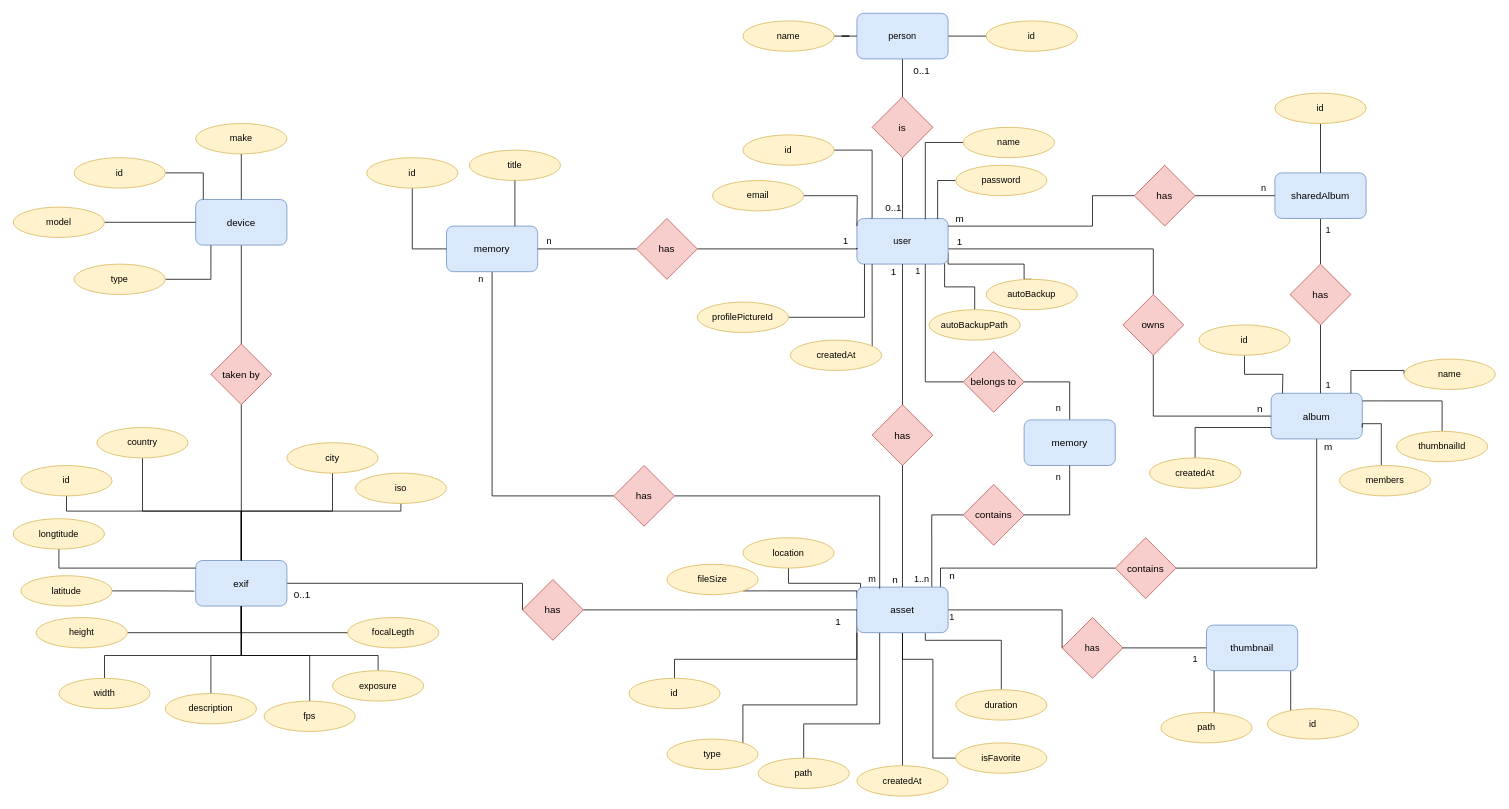
toniker/db keeps this draw.io diagram as db.drawio. Above is the earlier version. Source tidied: cells renumbered, new cells numbered last; positions are measured from the earlier drawing's top-left corner, leaving out a move shared by most shapes. Both pictures are drawn from the tidied source at 76%, with x=0, y=0 at pixel (13, 13).
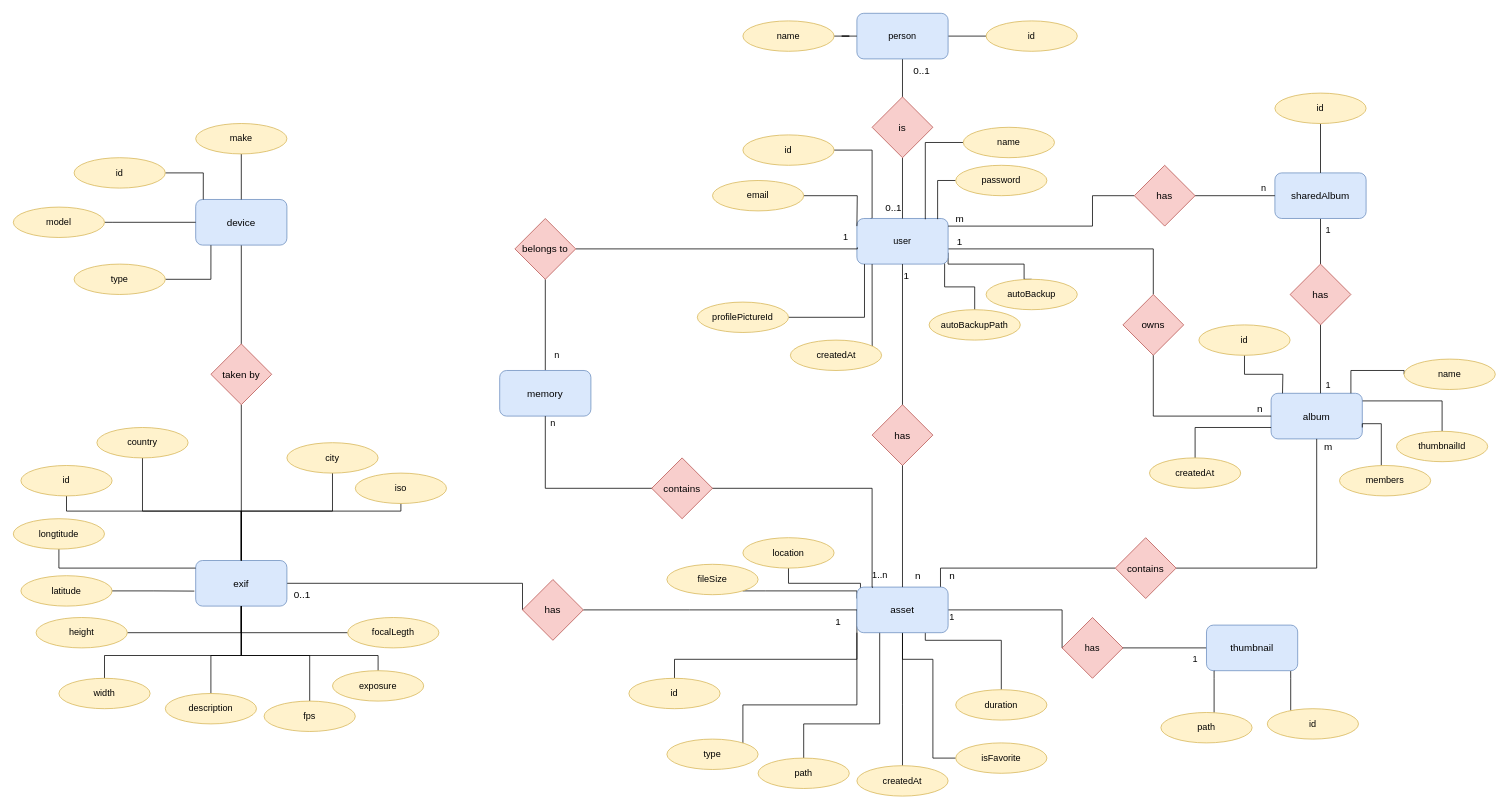
The same page after the edit.

The change refers to these unchanged cells:
```xml
<mxCell id="6" value="user" style="rounded=1;whiteSpace=wrap;html=1;fillColor=#dae8fc;strokeColor=#6c8ebf;" parent="1" vertex="1">
  <mxGeometry x="1110" y="270" width="120" height="60" as="geometry" />
</mxCell>
<mxCell id="53" value="asset" style="rounded=1;whiteSpace=wrap;html=1;fontSize=13;fillColor=#dae8fc;strokeColor=#6c8ebf;" parent="1" vertex="1">
  <mxGeometry x="1110" y="755" width="120" height="60" as="geometry" />
</mxCell>
```

The edit, as a diff of the source:
```diff
@@
     <mxCell id="57" value="1" style="text;html=1;align=center;verticalAlign=middle;strokeColor=none;fillColor=none;fontSize=13;" parent="1" vertex="1">
-      <mxGeometry x="1142.5" y="325" width="30" height="30" as="geometry" />
+      <mxGeometry x="1160" y="330" width="30" height="30" as="geometry" />
     </mxCell>
@@
     <mxCell id="77" value="n" style="text;html=1;align=center;verticalAlign=middle;strokeColor=none;fillColor=none;fontSize=13;" parent="1" vertex="1">
-      <mxGeometry x="1145" y="730" width="30" height="30" as="geometry" />
+      <mxGeometry x="1175" y="725" width="30" height="30" as="geometry" />
     </mxCell>
@@
-    <mxCell id="123" style="edgeStyle=orthogonalEdgeStyle;rounded=0;jettySize=auto;html=1;entryX=1;entryY=0.5;entryDx=0;entryDy=0;strokeWidth=1;startArrow=none;startFill=0;endArrow=none;endFill=0;" parent="1" edge="1" source="124" target="129">
+    <mxCell id="123" style="edgeStyle=orthogonalEdgeStyle;rounded=0;jettySize=auto;html=1;entryX=0.5;entryY=1;entryDx=0;entryDy=0;strokeWidth=1;startArrow=none;startFill=0;endArrow=none;endFill=0;" parent="1" edge="1" source="124" target="129">
       <mxGeometry relative="1" as="geometry" />
     </mxCell>
     <mxCell id="124" value="memory" style="rounded=1;whiteSpace=wrap;html=1;fontSize=13;fillColor=#dae8fc;strokeColor=#6c8ebf;" parent="1" vertex="1">
-      <mxGeometry x="1330" y="535" width="120" height="60" as="geometry" />
+      <mxGeometry x="640" y="470" width="120" height="60" as="geometry" />
     </mxCell>
-    <mxCell id="125" style="edgeStyle=orthogonalEdgeStyle;rounded=0;jettySize=auto;html=1;entryX=0.821;entryY=-0.007;entryDx=0;entryDy=0;strokeWidth=1;startArrow=none;startFill=0;endArrow=none;endFill=0;entryPerimeter=0;" parent="1" edge="1" source="127" target="53">
-      <mxGeometry relative="1" as="geometry" />
+    <mxCell id="125" style="edgeStyle=orthogonalEdgeStyle;rounded=0;jettySize=auto;html=1;entryX=0.177;entryY=0.003;entryDx=0;entryDy=0;strokeWidth=1;startArrow=none;startFill=0;endArrow=none;endFill=0;entryPerimeter=0;" parent="1" edge="1" source="127" target="53">
+      <mxGeometry relative="1" as="geometry">
+        <Array as="points">
+          <mxPoint x="1130" y="625" />
+          <mxPoint x="1130" y="755" />
+        </Array>
+      </mxGeometry>
     </mxCell>
     <mxCell id="126" style="edgeStyle=orthogonalEdgeStyle;rounded=0;jettySize=auto;html=1;entryX=0.5;entryY=1;entryDx=0;entryDy=0;strokeWidth=1;startArrow=none;startFill=0;endArrow=none;endFill=0;exitX=1;exitY=0.5;exitDx=0;exitDy=0;" parent="1" edge="1" source="127" target="124">
-      <mxGeometry relative="1" as="geometry" />
+      <mxGeometry relative="1" as="geometry">
+        <Array as="points">
+          <mxPoint x="700" y="625" />
+        </Array>
+      </mxGeometry>
     </mxCell>
     <mxCell id="127" value="contains" style="rhombus;whiteSpace=wrap;html=1;fontSize=13;fillColor=#f8cecc;strokeColor=#b85450;" parent="1" vertex="1">
-      <mxGeometry x="1250" y="620" width="80" height="80" as="geometry" />
+      <mxGeometry x="840" y="585" width="80" height="80" as="geometry" />
     </mxCell>
-    <mxCell id="128" style="edgeStyle=orthogonalEdgeStyle;rounded=0;jettySize=auto;html=1;entryX=0.75;entryY=1;entryDx=0;entryDy=0;strokeWidth=1;startArrow=none;startFill=0;endArrow=none;endFill=0;" parent="1" edge="1" source="129" target="6">
-      <mxGeometry relative="1" as="geometry" />
+    <mxCell id="128" style="edgeStyle=orthogonalEdgeStyle;rounded=0;jettySize=auto;html=1;entryX=0.005;entryY=0.634;entryDx=0;entryDy=0;strokeWidth=1;startArrow=none;startFill=0;endArrow=none;endFill=0;entryPerimeter=0;" parent="1" edge="1" source="129" target="6">
+      <mxGeometry relative="1" as="geometry">
+        <Array as="points">
+          <mxPoint x="1111" y="310" />
+        </Array>
+      </mxGeometry>
     </mxCell>
     <mxCell id="129" value="belongs to" style="rhombus;whiteSpace=wrap;html=1;fontSize=13;fillColor=#f8cecc;strokeColor=#b85450;" parent="1" vertex="1">
-      <mxGeometry x="1250" y="445" width="80" height="80" as="geometry" />
+      <mxGeometry x="660" y="270" width="80" height="80" as="geometry" />
     </mxCell>
     <mxCell id="130" value="1" style="text;html=1;align=center;verticalAlign=middle;strokeColor=none;fillColor=none;" parent="1" vertex="1">
-      <mxGeometry x="1175" y="325" width="30" height="30" as="geometry" />
+      <mxGeometry x="1080" y="280" width="30" height="30" as="geometry" />
     </mxCell>
     <mxCell id="131" value="n" style="text;html=1;align=center;verticalAlign=middle;strokeColor=none;fillColor=none;" parent="1" vertex="1">
-      <mxGeometry x="1360" y="505" width="30" height="30" as="geometry" />
+      <mxGeometry x="700" y="435" width="30" height="30" as="geometry" />
     </mxCell>
     <mxCell id="132" value="n" style="text;html=1;align=center;verticalAlign=middle;strokeColor=none;fillColor=none;" parent="1" vertex="1">
-      <mxGeometry x="1360" y="595" width="30" height="30" as="geometry" />
+      <mxGeometry x="695" y="525" width="30" height="30" as="geometry" />
     </mxCell>
     <mxCell id="133" value="1..n" style="text;html=1;align=center;verticalAlign=middle;strokeColor=none;fillColor=none;" parent="1" vertex="1">
-      <mxGeometry x="1175" y="730" width="40" height="30" as="geometry" />
+      <mxGeometry x="1120" y="725" width="40" height="30" as="geometry" />
     </mxCell>
-    <mxCell id="134" style="edgeStyle=orthogonalEdgeStyle;rounded=0;jettySize=auto;html=1;entryX=0;entryY=0.5;entryDx=0;entryDy=0;strokeColor=default;strokeWidth=1;endArrow=none;endFill=0;" parent="1" edge="1" source="135" target="144">
-      <mxGeometry relative="1" as="geometry">
-        <Array as="points">
-          <mxPoint x="630" y="635" />
-        </Array>
-      </mxGeometry>
-    </mxCell>
-    <mxCell id="135" value="memory" style="rounded=1;whiteSpace=wrap;html=1;fontSize=13;fillColor=#dae8fc;strokeColor=#6c8ebf;" parent="1" vertex="1">
-      <mxGeometry x="570" y="280" width="120" height="60" as="geometry" />
-    </mxCell>
-    <mxCell id="136" value="title" style="ellipse;whiteSpace=wrap;html=1;fillColor=#fff2cc;strokeColor=#d6b656;" parent="1" vertex="1">
-      <mxGeometry x="600" y="180" width="120" height="40" as="geometry" />
-    </mxCell>
-    <mxCell id="137" style="rounded=0;jettySize=auto;html=1;entryX=0;entryY=0.5;entryDx=0;entryDy=0;edgeStyle=orthogonalEdgeStyle;strokeWidth=1;strokeColor=default;endArrow=none;endFill=0;" parent="1" edge="1" source="138" target="135">
-      <mxGeometry relative="1" as="geometry" />
-    </mxCell>
-    <mxCell id="138" value="id" style="ellipse;whiteSpace=wrap;html=1;fillColor=#fff2cc;strokeColor=#d6b656;" parent="1" vertex="1">
-      <mxGeometry x="465" y="190" width="120" height="40" as="geometry" />
-    </mxCell>
-    <mxCell id="139" style="endArrow=none;html=1;rounded=0;entryX=0.5;entryY=1;entryDx=0;entryDy=0;exitX=0.75;exitY=0;exitDx=0;exitDy=0;" parent="1" edge="1" source="135" target="136">
-      <mxGeometry relative="1" as="geometry" />
-    </mxCell>
-    <mxCell id="140" style="edgeStyle=orthogonalEdgeStyle;rounded=0;jettySize=auto;html=1;entryX=1.002;entryY=0.837;entryDx=0;entryDy=0;strokeColor=default;strokeWidth=1;endArrow=none;endFill=0;entryPerimeter=0;" parent="1" edge="1" source="142" target="145">
-      <mxGeometry relative="1" as="geometry">
-        <Array as="points">
-          <mxPoint x="1110" y="310" />
-          <mxPoint x="1110" y="309" />
-        </Array>
-      </mxGeometry>
-    </mxCell>
-    <mxCell id="141" style="edgeStyle=orthogonalEdgeStyle;rounded=0;jettySize=auto;html=1;entryX=1;entryY=0.5;entryDx=0;entryDy=0;strokeColor=default;strokeWidth=1;endArrow=none;endFill=0;" parent="1" edge="1" source="142" target="135">
-      <mxGeometry relative="1" as="geometry" />
-    </mxCell>
-    <mxCell id="142" value="has" style="rhombus;whiteSpace=wrap;html=1;fontSize=13;fillColor=#f8cecc;strokeColor=#b85450;" parent="1" vertex="1">
-      <mxGeometry x="820" y="270" width="80" height="80" as="geometry" />
-    </mxCell>
-    <mxCell id="143" style="edgeStyle=orthogonalEdgeStyle;rounded=0;jettySize=auto;html=1;strokeColor=default;strokeWidth=1;endArrow=none;endFill=0;exitX=1;exitY=0.5;exitDx=0;exitDy=0;" parent="1" edge="1" source="144">
-      <mxGeometry relative="1" as="geometry">
-        <mxPoint x="1140" y="757" as="targetPoint" />
-        <Array as="points">
-          <mxPoint x="1140" y="635" />
-        </Array>
-      </mxGeometry>
-    </mxCell>
-    <mxCell id="144" value="has" style="rhombus;whiteSpace=wrap;html=1;fontSize=13;fillColor=#f8cecc;strokeColor=#b85450;" parent="1" vertex="1">
-      <mxGeometry x="790" y="595" width="80" height="80" as="geometry" />
-    </mxCell>
-    <mxCell id="145" value="1" style="text;html=1;align=center;verticalAlign=middle;points=[];strokeColor=none;fillColor=none;" parent="1" vertex="1">
-      <mxGeometry x="1080" y="285" width="30" height="30" as="geometry" />
-    </mxCell>
-    <mxCell id="146" value="n" style="text;html=1;align=center;verticalAlign=middle;strokeColor=none;fillColor=none;" parent="1" vertex="1">
-      <mxGeometry x="690" y="285" width="30" height="30" as="geometry" />
-    </mxCell>
-    <mxCell id="147" value="m" style="text;html=1;align=center;verticalAlign=middle;strokeColor=none;fillColor=none;" parent="1" vertex="1">
-      <mxGeometry x="1115" y="730" width="30" height="30" as="geometry" />
-    </mxCell>
-    <mxCell id="148" value="n" style="text;html=1;align=center;verticalAlign=middle;strokeColor=none;fillColor=none;" parent="1" vertex="1">
-      <mxGeometry x="600" y="335" width="30" height="30" as="geometry" />
-    </mxCell>
```
